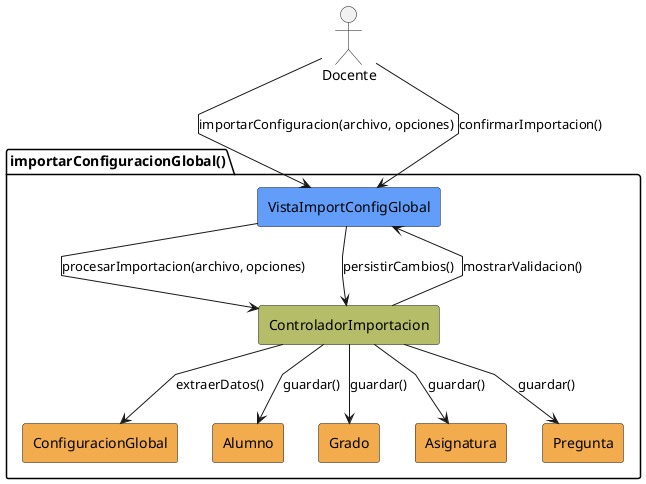
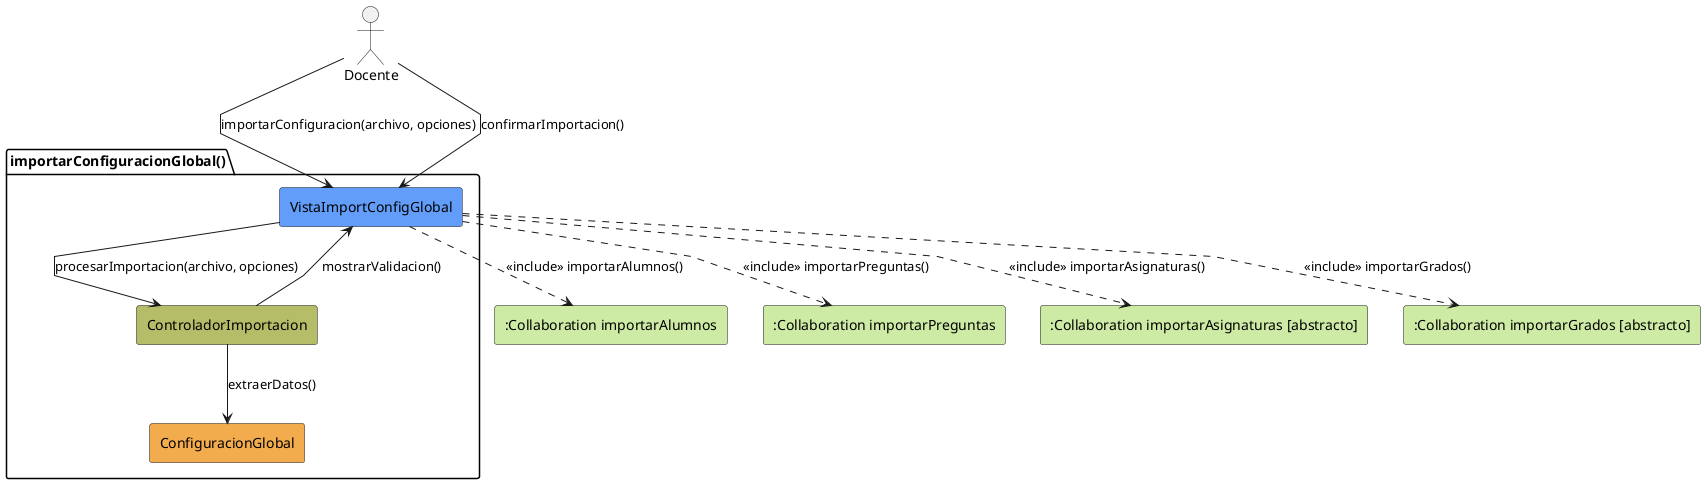
- ﻿@startuml importarConfiguracionGlobal-analisis
+ @startuml importarConfiguracionGlobal-analisis
skinparam linetype polyline

actor Docente
+ 
+ rectangle #CDEBA5 ":Collaboration importarAlumnos" as ColImAl
+ rectangle #CDEBA5 ":Collaboration importarPreguntas" as ColImPreg
+ rectangle #CDEBA5 ":Collaboration importarAsignaturas [abstracto]" as ColImAsig
+ rectangle #CDEBA5 ":Collaboration importarGrados [abstracto]" as ColImGr
+ 
package importarConfiguracionGlobal as "importarConfiguracionGlobal()" {
    rectangle #629EF9 VistaImportConfigGlobal
    rectangle #b5bd68 ControladorImportacion
    rectangle #F2AC4E ConfiguracionGlobal
-     rectangle #F2AC4E Alumno
-     rectangle #F2AC4E Grado
-     rectangle #F2AC4E Asignatura
-     rectangle #F2AC4E Pregunta
}

Docente -r-> VistaImportConfigGlobal: importarConfiguracion(archivo, opciones)
VistaImportConfigGlobal -d-> ControladorImportacion: procesarImportacion(archivo, opciones)
ControladorImportacion --> ConfiguracionGlobal: extraerDatos()
ControladorImportacion --> VistaImportConfigGlobal: mostrarValidacion()

Docente --> VistaImportConfigGlobal: confirmarImportacion()
- VistaImportConfigGlobal --> ControladorImportacion: persistirCambios()
+ VistaImportConfigGlobal ..> ColImAl: <<include>> importarAlumnos()
+ VistaImportConfigGlobal ..> ColImPreg: <<include>> importarPreguntas()
+ VistaImportConfigGlobal ..> ColImAsig: <<include>> importarAsignaturas()
+ VistaImportConfigGlobal ..> ColImGr: <<include>> importarGrados()

- ControladorImportacion --> Alumno: guardar()
- ControladorImportacion --> Grado: guardar()
- ControladorImportacion --> Asignatura: guardar()
- ControladorImportacion --> Pregunta: guardar()
- 
- @enduml+ @enduml
